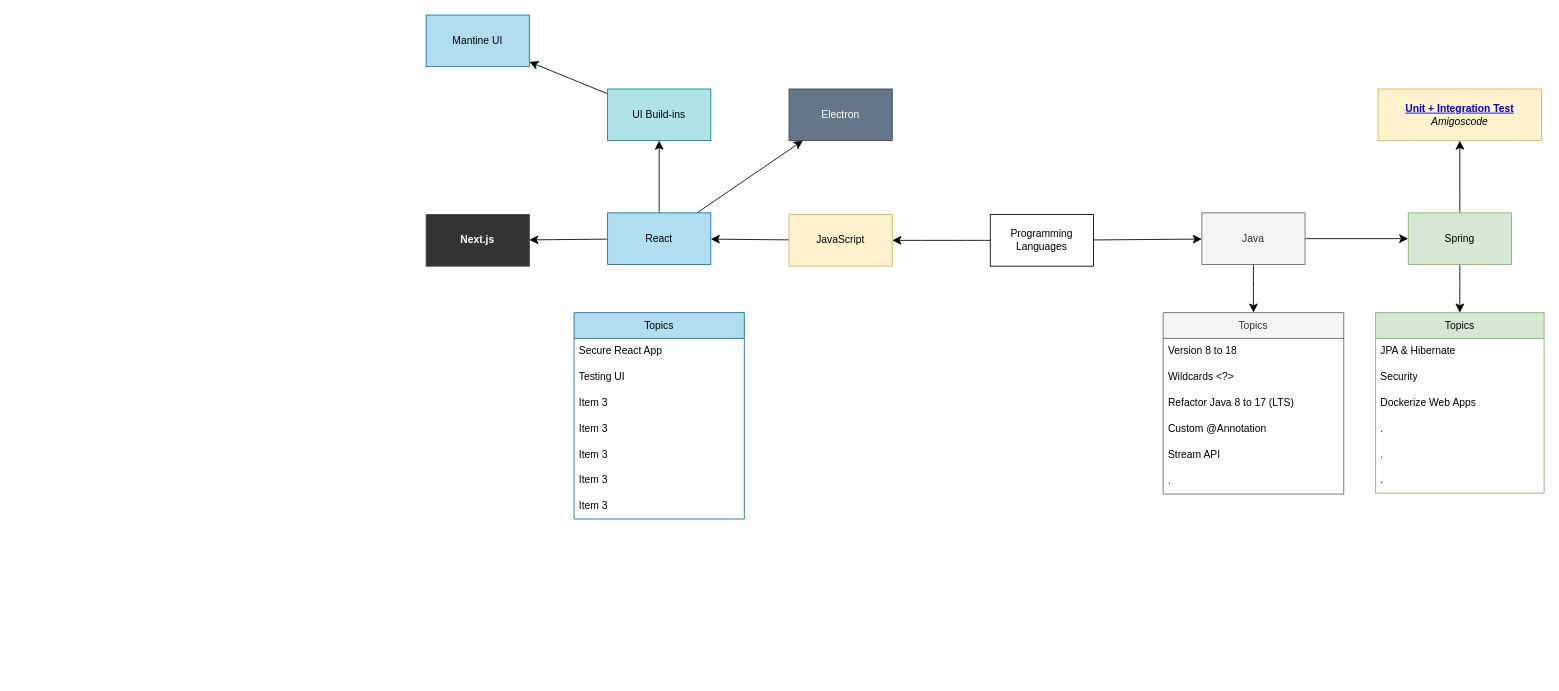
Earlier version of the draw.io diagram page "Web tech" (1 of 4) of Link_Bookmarks.drawio (sunflynf/diagram-only). Source tidied: cells renumbered, new cells numbered last; positions are measured from the earlier drawing's top-left corner, leaving out a move shared by most shapes. Both pictures are drawn from the tidied source at 86%, with x=0, y=0 at pixel (426, 15).
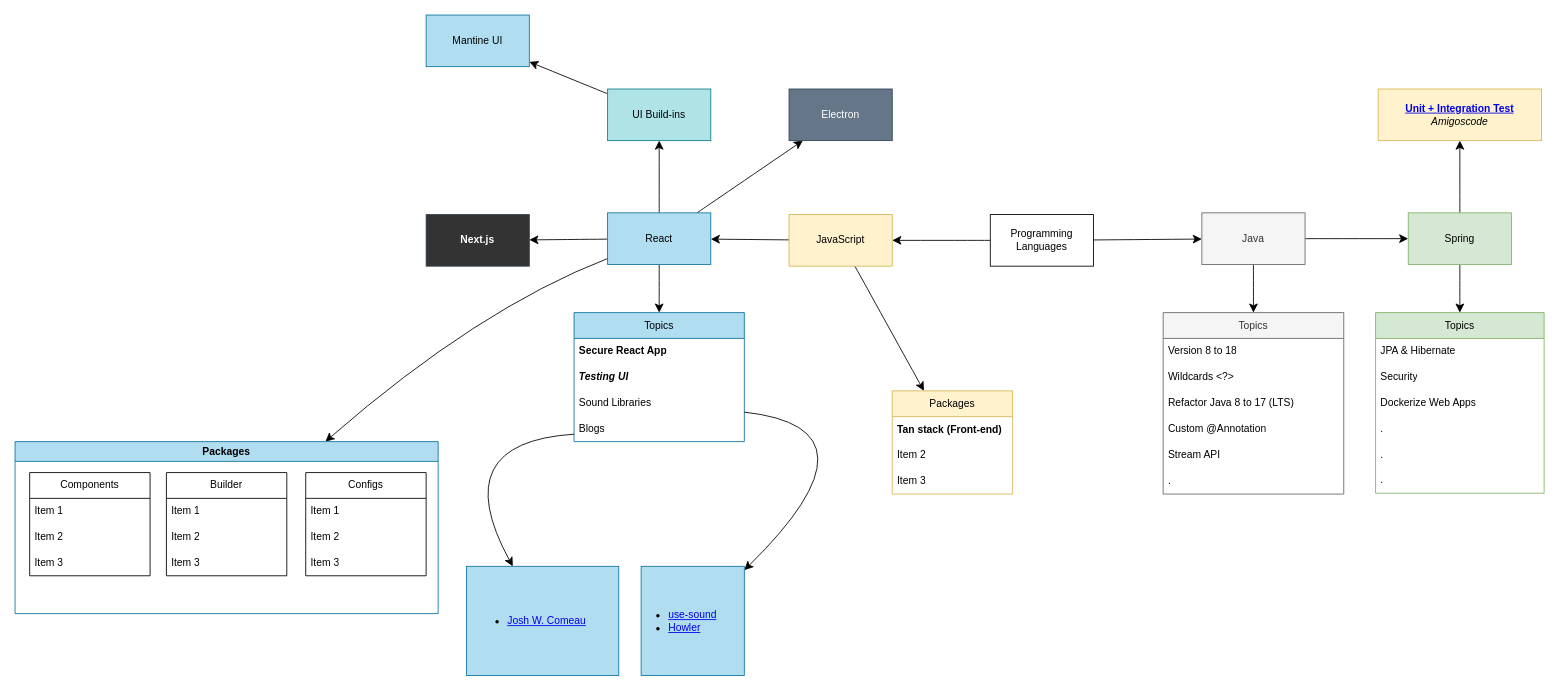
The same page after the edit.

Unchanged cells that the change refers to:
```xml
<mxCell id="27" value="JavaScript" style="whiteSpace=wrap;html=1;fillColor=#fff2cc;strokeColor=#d6b656;" parent="1" vertex="1">
  <mxGeometry x="422" y="232" width="120" height="60" as="geometry" />
</mxCell>
<mxCell id="31" value="React" style="whiteSpace=wrap;html=1;fillColor=#b1ddf0;strokeColor=#10739e;" parent="1" vertex="1">
  <mxGeometry x="211" y="230" width="120" height="60" as="geometry" />
</mxCell>
```

Diff of the diagram source:
```diff
@@
+    <mxCell id="45" style="edgeStyle=none;curved=1;rounded=0;jettySize=auto;html=1;fontSize=12;startSize=8;endSize=8;" parent="1" edge="1" source="27" target="52">
+      <mxGeometry relative="1" as="geometry" />
+    </mxCell>
@@
+    <mxCell id="46" style="edgeStyle=none;curved=1;rounded=0;jettySize=auto;html=1;fontSize=12;startSize=8;endSize=8;" parent="1" edge="1" source="31" target="37">
+      <mxGeometry relative="1" as="geometry" />
+    </mxCell>
+    <mxCell id="47" style="edgeStyle=none;curved=1;rounded=0;jettySize=auto;html=1;fontSize=12;startSize=8;endSize=8;" parent="1" edge="1" source="31" target="56">
+      <mxGeometry relative="1" as="geometry">
+        <Array as="points">
+          <mxPoint x="61" y="341" />
+        </Array>
+      </mxGeometry>
+    </mxCell>
@@
     <mxCell id="37" value="Topics" style="swimlane;fontStyle=0;horizontal=1;startSize=30;whiteSpace=wrap;html=1;fillColor=#b1ddf0;strokeColor=#10739e;" parent="1" vertex="1">
-      <mxGeometry x="172" y="346" width="198" height="240" as="geometry" />
+      <mxGeometry x="172" y="346" width="198" height="150" as="geometry" />
     </mxCell>
-    <mxCell id="38" value="Secure React App" style="text;align=left;verticalAlign=middle;spacingLeft=4;spacingRight=4;overflow=hidden;whiteSpace=wrap;html=1;" parent="37" vertex="1">
+    <mxCell id="38" value="Secure React App" style="text;align=left;verticalAlign=middle;spacingLeft=4;spacingRight=4;overflow=hidden;whiteSpace=wrap;html=1;fontStyle=1;" parent="37" vertex="1">
       <mxGeometry y="30" width="198" height="30" as="geometry" />
     </mxCell>
-    <mxCell id="39" value="Testing UI" style="text;strokeColor=none;fillColor=none;align=left;verticalAlign=middle;spacingLeft=4;spacingRight=4;overflow=hidden;whiteSpace=wrap;html=1;" parent="37" vertex="1">
+    <mxCell id="39" value="Testing UI" style="text;strokeColor=none;fillColor=none;align=left;verticalAlign=middle;spacingLeft=4;spacingRight=4;overflow=hidden;whiteSpace=wrap;html=1;fontStyle=3;" parent="37" vertex="1">
       <mxGeometry y="60" width="198" height="30" as="geometry" />
     </mxCell>
-    <mxCell id="40" value="Item 3" style="text;strokeColor=none;fillColor=none;align=left;verticalAlign=middle;spacingLeft=4;spacingRight=4;overflow=hidden;points=[[0,0.5],[1,0.5]];portConstraint=eastwest;whiteSpace=wrap;html=1;" parent="37" vertex="1">
+    <mxCell id="40" value="Sound Libraries" style="text;strokeColor=none;fillColor=none;align=left;verticalAlign=middle;spacingLeft=4;spacingRight=4;overflow=hidden;points=[[0,0.5],[1,0.5]];portConstraint=eastwest;whiteSpace=wrap;html=1;" parent="37" vertex="1">
       <mxGeometry y="90" width="198" height="30" as="geometry" />
     </mxCell>
-    <mxCell id="41" value="Item 3" style="text;strokeColor=none;fillColor=none;align=left;verticalAlign=middle;spacingLeft=4;spacingRight=4;overflow=hidden;points=[[0,0.5],[1,0.5]];portConstraint=eastwest;whiteSpace=wrap;html=1;" parent="37" vertex="1">
+    <mxCell id="41" value="Blogs" style="text;strokeColor=none;fillColor=none;align=left;verticalAlign=middle;spacingLeft=4;spacingRight=4;overflow=hidden;points=[[0,0.5],[1,0.5]];portConstraint=eastwest;whiteSpace=wrap;html=1;" parent="37" vertex="1">
       <mxGeometry y="120" width="198" height="30" as="geometry" />
     </mxCell>
-    <mxCell id="42" value="Item 3" style="text;strokeColor=none;fillColor=none;align=left;verticalAlign=middle;spacingLeft=4;spacingRight=4;overflow=hidden;whiteSpace=wrap;html=1;" parent="37" vertex="1">
-      <mxGeometry y="150" width="198" height="30" as="geometry" />
-    </mxCell>
-    <mxCell id="43" value="Item 3" style="text;strokeColor=none;fillColor=none;align=left;verticalAlign=middle;spacingLeft=4;spacingRight=4;overflow=hidden;whiteSpace=wrap;html=1;" parent="37" vertex="1">
-      <mxGeometry y="180" width="198" height="30" as="geometry" />
-    </mxCell>
-    <mxCell id="44" value="Item 3" style="text;strokeColor=none;fillColor=none;align=left;verticalAlign=middle;spacingLeft=4;spacingRight=4;overflow=hidden;whiteSpace=wrap;html=1;" parent="37" vertex="1">
-      <mxGeometry y="210" width="198" height="30" as="geometry" />
-    </mxCell>
+    <mxCell id="48" style="edgeStyle=none;curved=1;rounded=0;jettySize=auto;html=1;fontSize=12;startSize=8;endSize=8;" parent="1" edge="1" source="40" target="49">
+      <mxGeometry relative="1" as="geometry">
+        <Array as="points">
+          <mxPoint x="538" y="480" />
+        </Array>
+      </mxGeometry>
+    </mxCell>
+    <mxCell id="49" value="&lt;ul style=&quot;padding-left: 20px;&quot;&gt;&lt;li&gt;&lt;a href=&quot;https://www.joshwcomeau.com/react/announcing-use-sound-react-hook/&quot;&gt;use-sound&lt;/a&gt;&lt;/li&gt;&lt;li&gt;&lt;a href=&quot;https://howlerjs.com/&quot;&gt;Howler&lt;/a&gt;&lt;/li&gt;&lt;/ul&gt;" style="whiteSpace=wrap;html=1;fillColor=#b1ddf0;strokeColor=#10739e;align=left;spacingLeft=10;" parent="1" vertex="1">
+      <mxGeometry x="250" y="641" width="120" height="127" as="geometry" />
+    </mxCell>
+    <mxCell id="50" value="&lt;ul style=&quot;padding-left: 10px;&quot;&gt;&lt;li&gt;&lt;a href=&quot;https://www.joshwcomeau.com/&quot;&gt;Josh W. Comeau&lt;/a&gt;&lt;/li&gt;&lt;/ul&gt;" style="whiteSpace=wrap;html=1;fillColor=#b1ddf0;strokeColor=#10739e;align=center;" parent="1" vertex="1">
+      <mxGeometry x="47" y="641" width="177" height="127" as="geometry" />
+    </mxCell>
+    <mxCell id="51" style="edgeStyle=none;curved=1;rounded=0;jettySize=auto;html=1;fontSize=12;startSize=8;endSize=8;" parent="1" edge="1" source="41" target="50">
+      <mxGeometry relative="1" as="geometry">
+        <Array as="points">
+          <mxPoint x="22" y="497" />
+        </Array>
+      </mxGeometry>
+    </mxCell>
+    <mxCell id="52" value="Packages" style="swimlane;fontStyle=0;horizontal=1;startSize=30;whiteSpace=wrap;html=1;fillColor=#fff2cc;strokeColor=#d6b656;" parent="1" vertex="1">
+      <mxGeometry x="542" y="437" width="140" height="120" as="geometry" />
+    </mxCell>
+    <mxCell id="53" value="Tan stack (Front-end)" style="text;strokeColor=none;fillColor=none;align=left;verticalAlign=middle;spacingLeft=4;spacingRight=4;overflow=hidden;whiteSpace=wrap;html=1;fontStyle=1;" parent="52" vertex="1">
+      <mxGeometry y="30" width="140" height="30" as="geometry" />
+    </mxCell>
+    <mxCell id="54" value="Item 2" style="text;strokeColor=none;fillColor=none;align=left;verticalAlign=middle;spacingLeft=4;spacingRight=4;overflow=hidden;whiteSpace=wrap;html=1;" parent="52" vertex="1">
+      <mxGeometry y="60" width="140" height="30" as="geometry" />
+    </mxCell>
+    <mxCell id="55" value="Item 3" style="text;strokeColor=none;fillColor=none;align=left;verticalAlign=middle;spacingLeft=4;spacingRight=4;overflow=hidden;whiteSpace=wrap;html=1;" parent="52" vertex="1">
+      <mxGeometry y="90" width="140" height="30" as="geometry" />
+    </mxCell>
+    <mxCell id="56" value="Packages" style="swimlane;fillColor=#b1ddf0;strokeColor=#10739e;" parent="1" vertex="1">
+      <mxGeometry x="-478" y="496" width="492" height="200" as="geometry" />
+    </mxCell>
+    <mxCell id="57" value="Components" style="swimlane;fontStyle=0;horizontal=1;startSize=30;whiteSpace=wrap;html=1;" parent="56" vertex="1">
+      <mxGeometry x="17" y="36" width="140" height="120" as="geometry" />
+    </mxCell>
+    <mxCell id="58" value="Item 1" style="text;strokeColor=none;fillColor=none;align=left;verticalAlign=middle;spacingLeft=4;spacingRight=4;overflow=hidden;whiteSpace=wrap;html=1;" parent="57" vertex="1">
+      <mxGeometry y="30" width="140" height="30" as="geometry" />
+    </mxCell>
+    <mxCell id="59" value="Item 2" style="text;strokeColor=none;fillColor=none;align=left;verticalAlign=middle;spacingLeft=4;spacingRight=4;overflow=hidden;whiteSpace=wrap;html=1;" parent="57" vertex="1">
+      <mxGeometry y="60" width="140" height="30" as="geometry" />
+    </mxCell>
+    <mxCell id="60" value="Item 3" style="text;strokeColor=none;fillColor=none;align=left;verticalAlign=middle;spacingLeft=4;spacingRight=4;overflow=hidden;whiteSpace=wrap;html=1;" parent="57" vertex="1">
+      <mxGeometry y="90" width="140" height="30" as="geometry" />
+    </mxCell>
+    <mxCell id="61" value="Builder" style="swimlane;fontStyle=0;horizontal=1;startSize=30;whiteSpace=wrap;html=1;" parent="56" vertex="1">
+      <mxGeometry x="176" y="36" width="140" height="120" as="geometry" />
+    </mxCell>
+    <mxCell id="62" value="Item 1" style="text;strokeColor=none;fillColor=none;align=left;verticalAlign=middle;spacingLeft=4;spacingRight=4;overflow=hidden;whiteSpace=wrap;html=1;" parent="61" vertex="1">
+      <mxGeometry y="30" width="140" height="30" as="geometry" />
+    </mxCell>
+    <mxCell id="63" value="Item 2" style="text;strokeColor=none;fillColor=none;align=left;verticalAlign=middle;spacingLeft=4;spacingRight=4;overflow=hidden;whiteSpace=wrap;html=1;" parent="61" vertex="1">
+      <mxGeometry y="60" width="140" height="30" as="geometry" />
+    </mxCell>
+    <mxCell id="64" value="Item 3" style="text;strokeColor=none;fillColor=none;align=left;verticalAlign=middle;spacingLeft=4;spacingRight=4;overflow=hidden;whiteSpace=wrap;html=1;" parent="61" vertex="1">
+      <mxGeometry y="90" width="140" height="30" as="geometry" />
+    </mxCell>
+    <mxCell id="65" value="Configs" style="swimlane;fontStyle=0;horizontal=1;startSize=30;whiteSpace=wrap;html=1;" parent="56" vertex="1">
+      <mxGeometry x="338" y="36" width="140" height="120" as="geometry" />
+    </mxCell>
+    <mxCell id="66" value="Item 1" style="text;strokeColor=none;fillColor=none;align=left;verticalAlign=middle;spacingLeft=4;spacingRight=4;overflow=hidden;whiteSpace=wrap;html=1;" parent="65" vertex="1">
+      <mxGeometry y="30" width="140" height="30" as="geometry" />
+    </mxCell>
+    <mxCell id="67" value="Item 2" style="text;strokeColor=none;fillColor=none;align=left;verticalAlign=middle;spacingLeft=4;spacingRight=4;overflow=hidden;whiteSpace=wrap;html=1;" parent="65" vertex="1">
+      <mxGeometry y="60" width="140" height="30" as="geometry" />
+    </mxCell>
+    <mxCell id="68" value="Item 3" style="text;strokeColor=none;fillColor=none;align=left;verticalAlign=middle;spacingLeft=4;spacingRight=4;overflow=hidden;whiteSpace=wrap;html=1;" parent="65" vertex="1">
+      <mxGeometry y="90" width="140" height="30" as="geometry" />
+    </mxCell>
```
